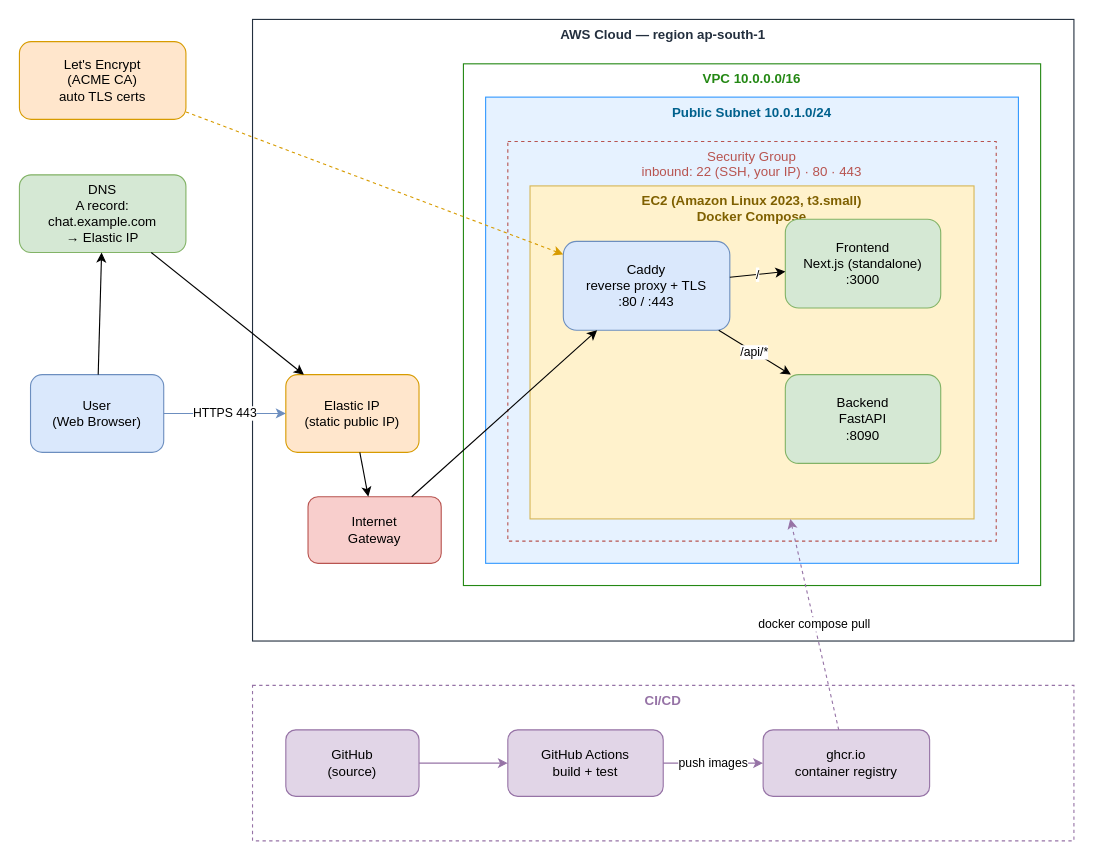
Above: docs/architecture.drawio in malikfahadsaeed/CaaS (draw.io), before the change. Source tidied: cells renumbered, new cells numbered last; positions are measured from the earlier drawing's top-left corner, leaving out a move shared by most shapes. Both pictures are drawn from the tidied source at 111%, with x=0, y=0 at pixel (19, 19).
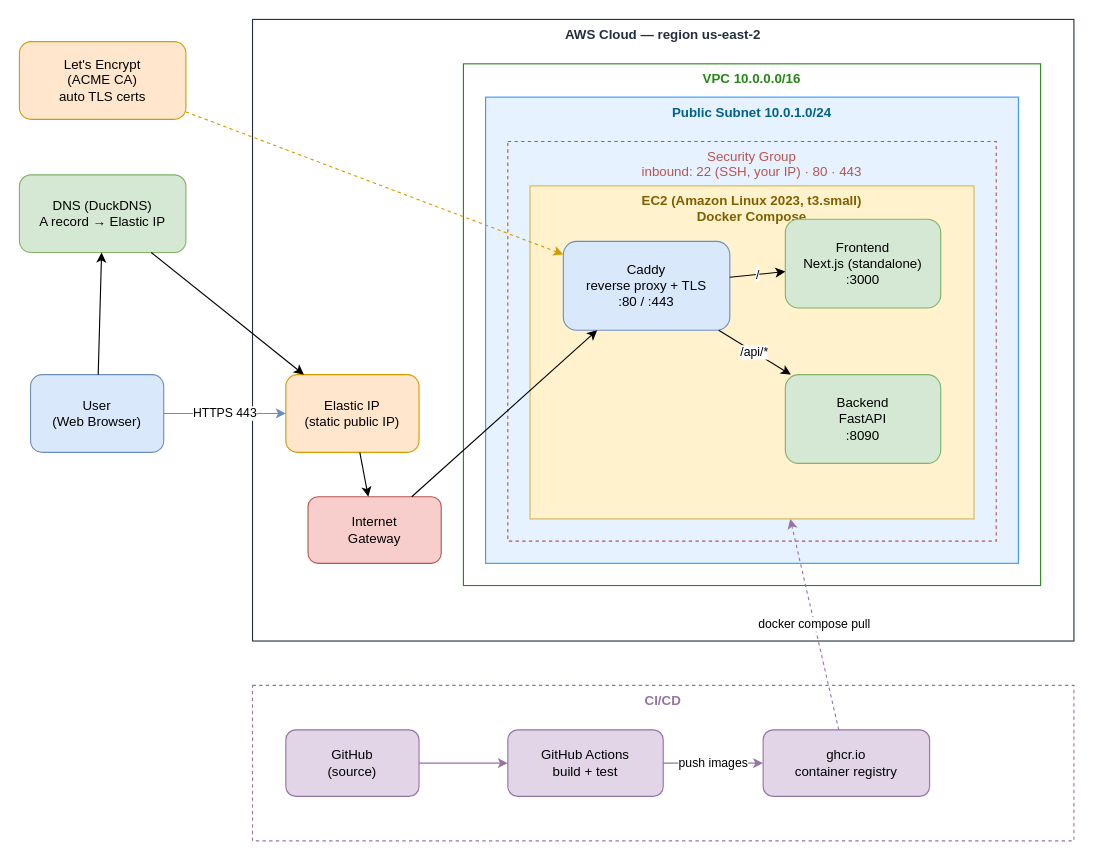
After the change.

Commit message (it also covers changes not shown here):
docs: refresh architecture diagram (duckdns, us-east-2) and add svg export

Diff of the diagram source:
```diff
@@
-    <mxCell id="3" value="DNS&#10;A record: chat.example.com&#10;→ Elastic IP" style="rounded=1;whiteSpace=wrap;html=1;fillColor=#d5e8d4;strokeColor=#82b366;" parent="1" vertex="1">
+    <mxCell id="3" value="DNS (DuckDNS)&#10;A record → Elastic IP" style="rounded=1;whiteSpace=wrap;html=1;fillColor=#d5e8d4;strokeColor=#82b366;" parent="1" vertex="1">
       <mxGeometry y="140" width="150" height="70" as="geometry" />
     </mxCell>
@@
-    <mxCell id="5" value="AWS Cloud — region ap-south-1" style="rounded=0;whiteSpace=wrap;html=1;verticalAlign=top;fillColor=none;strokeColor=#232F3E;fontColor=#232F3E;fontStyle=1;dashed=0;" parent="1" vertex="1">
+    <mxCell id="5" value="AWS Cloud — region us-east-2" style="rounded=0;whiteSpace=wrap;html=1;verticalAlign=top;fillColor=none;strokeColor=#232F3E;fontColor=#232F3E;fontStyle=1;dashed=0;" parent="1" vertex="1">
       <mxGeometry x="210" width="740" height="560" as="geometry" />
     </mxCell>
```
